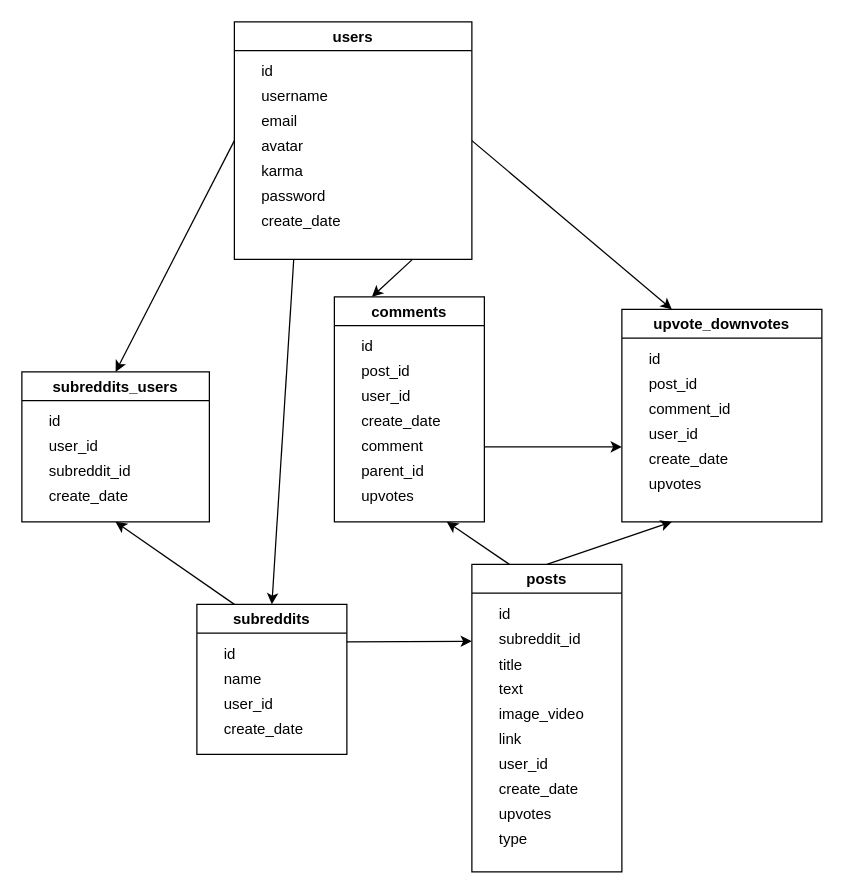
Above: schema.drawio in thecodeholic/reddit-clone-deno (draw.io), before the change. Source tidied: cells renumbered, new cells numbered last; positions are measured from the earlier drawing's top-left corner, leaving out a move shared by most shapes. Both pictures are drawn from the tidied source at 125%, with x=0, y=0 at pixel (21, 21).
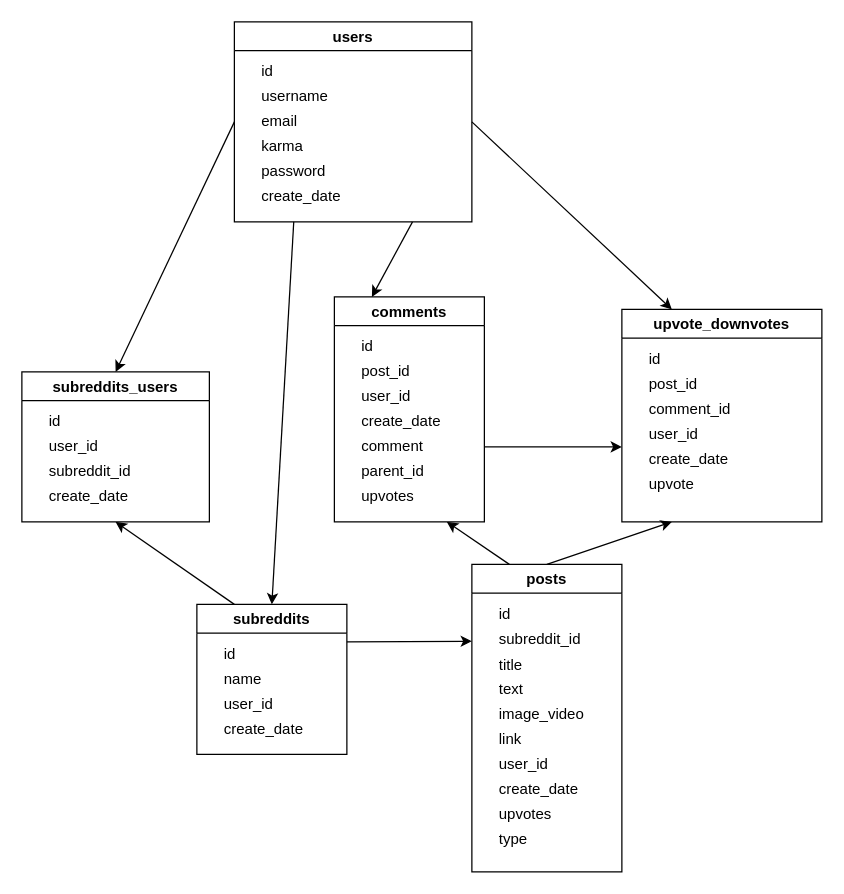
After the change.

Commit message:
Update schema diagram

The change refers to these unchanged cells:
```xml
<mxCell id="48" value="upvote_downvotes" style="swimlane;startSize=23;" parent="1" vertex="1">
  <mxGeometry x="480" y="230" width="160" height="170" as="geometry" />
</mxCell>
```

Change to the diagram source:
```diff
@@
     <mxCell id="11" value="users" style="swimlane;" parent="1" vertex="1">
-      <mxGeometry x="170" width="190" height="190" as="geometry" />
+      <mxGeometry x="170" width="190" height="160" as="geometry" />
     </mxCell>
@@
-    <mxCell id="15" value="avatar" style="text;html=1;strokeColor=none;fillColor=none;align=left;verticalAlign=middle;whiteSpace=wrap;rounded=0;" parent="11" vertex="1">
-      <mxGeometry x="20" y="90" width="170" height="20" as="geometry" />
-    </mxCell>
     <mxCell id="16" value="karma" style="text;html=1;strokeColor=none;fillColor=none;align=left;verticalAlign=middle;whiteSpace=wrap;rounded=0;" parent="11" vertex="1">
-      <mxGeometry x="20" y="110" width="170" height="20" as="geometry" />
+      <mxGeometry x="20" y="90" width="170" height="20" as="geometry" />
     </mxCell>
     <mxCell id="17" value="create_date" style="text;html=1;strokeColor=none;fillColor=none;align=left;verticalAlign=middle;whiteSpace=wrap;rounded=0;" parent="11" vertex="1">
-      <mxGeometry x="20" y="150" width="170" height="20" as="geometry" />
+      <mxGeometry x="20" y="130" width="170" height="20" as="geometry" />
     </mxCell>
     <mxCell id="18" value="password" style="text;html=1;strokeColor=none;fillColor=none;align=left;verticalAlign=middle;whiteSpace=wrap;rounded=0;" parent="11" vertex="1">
-      <mxGeometry x="20" y="130" width="170" height="20" as="geometry" />
+      <mxGeometry x="20" y="110" width="170" height="20" as="geometry" />
     </mxCell>
@@
-    <mxCell id="53" value="upvotes" style="text;html=1;strokeColor=none;fillColor=none;align=left;verticalAlign=middle;whiteSpace=wrap;rounded=0;" parent="48" vertex="1">
+    <mxCell id="53" value="upvote" style="text;html=1;strokeColor=none;fillColor=none;align=left;verticalAlign=middle;whiteSpace=wrap;rounded=0;" parent="48" vertex="1">
       <mxGeometry x="20" y="130" width="70" height="20" as="geometry" />
     </mxCell>
```
